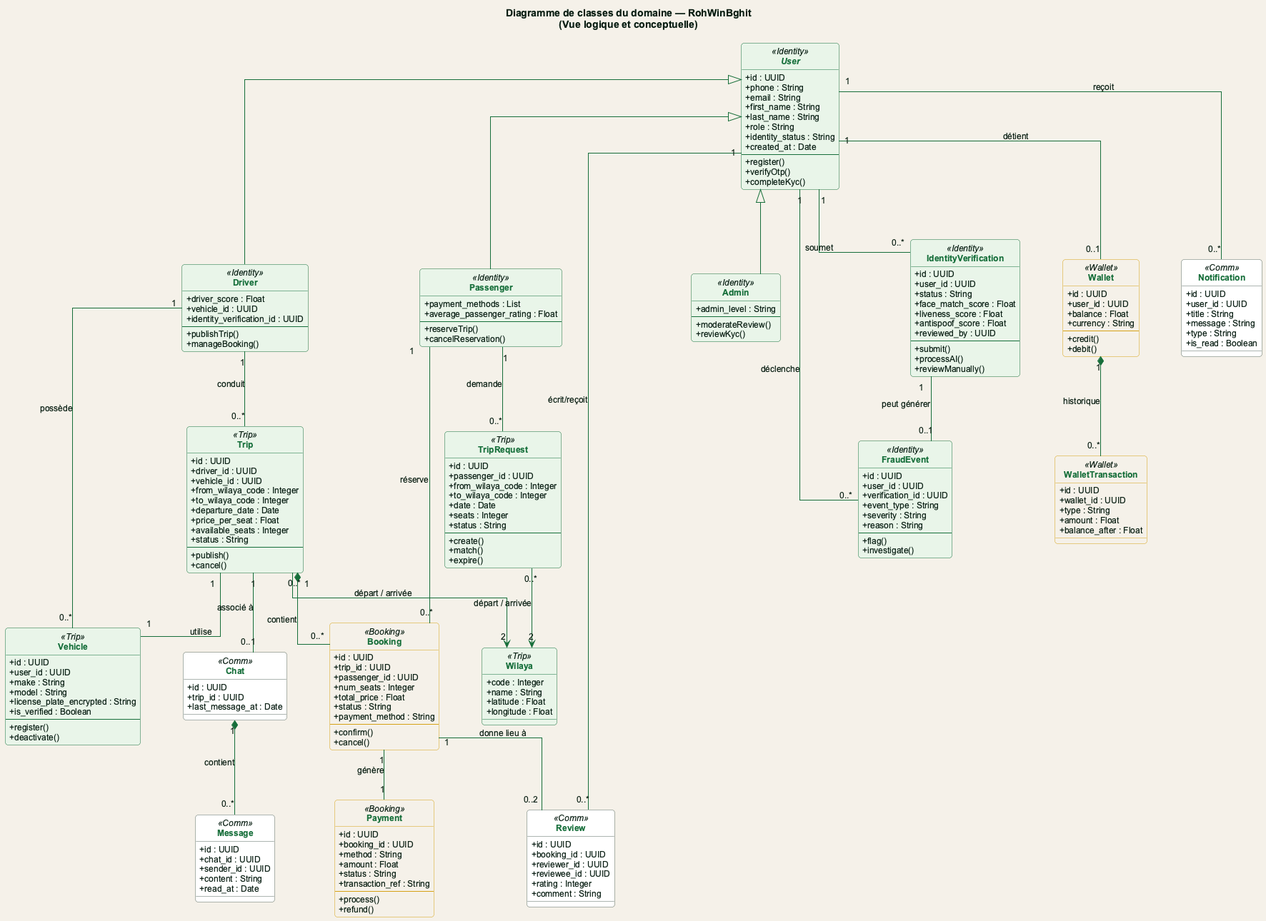
Belhormamohamed13/Memiore_RohWinBghit keeps this PlantUML diagram as figures/fig_class_diagram.png. Above is the earlier version.
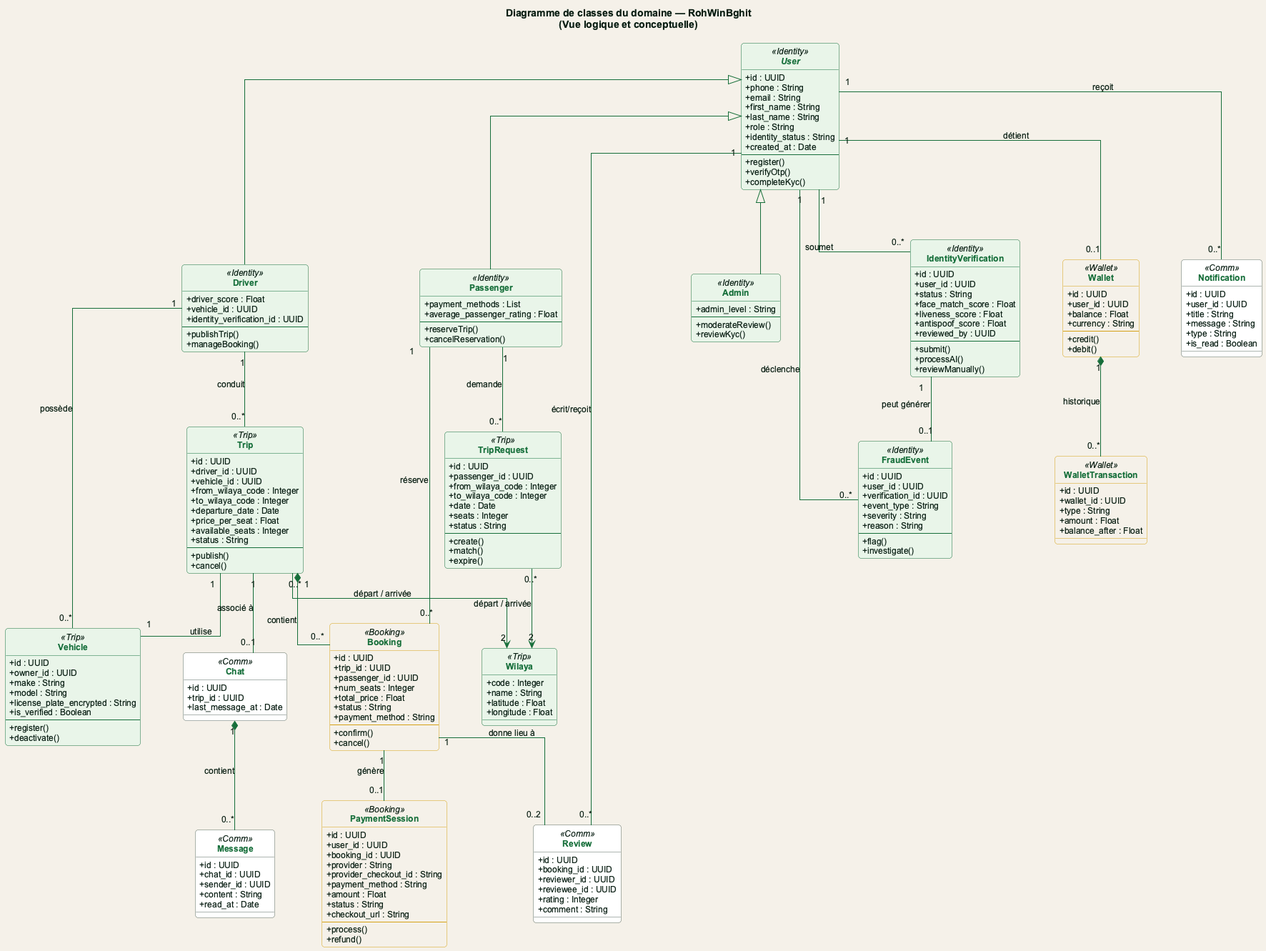
After the change.

The edit, as a diff of the source:
```diff
@@ -91,7 +91,7 @@
 
 class Vehicle <<Trip>> {
   + id : UUID
-  + user_id : UUID
+  + owner_id : UUID
   + make : String
   + model : String
   + license_plate_encrypted : String
@@ -150,13 +150,16 @@
   + cancel()
 }
 
-class Payment <<Booking>> {
+class PaymentSession <<Booking>> {
   + id : UUID
+  + user_id : UUID
   + booking_id : UUID
-  + method : String
+  + provider : String
+  + provider_checkout_id : String
+  + payment_method : String
   + amount : Float
   + status : String
-  + transaction_ref : String
+  + checkout_url : String
   --
   + process()
   + refund()
@@ -232,7 +235,7 @@
 Trip "1" *-- "0..*" Booking : "contient"
 Trip "1" -- "0..1" Chat : "associé à"
 
-Booking "1" -- "1" Payment : "génère"
+Booking "1" -- "0..1" PaymentSession : "génère"
 Booking "1" -- "0..2" Review : "donne lieu à"
 
 Wallet "1" *-- "0..*" WalletTransaction : "historique"
```
